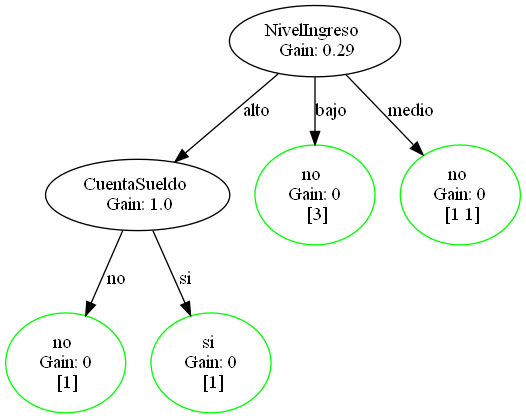
This is test_output/gain.png from AlejandroFNadal/ia_decision_trees, a Graphviz export, as it was before one commit. Its source is kept beside it as test_output/gain.dot.
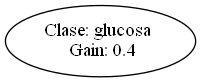
Above is the later version.

Diff of the diagram source:
```diff
@@ -1,23 +1,4 @@
 digraph {
-	0 [label="NivelIngreso
- Gain: 0.29"]
-	1 [label="CuentaSueldo
- Gain: 1.0"]
-	0 -> 1 [label=alto splines=line]
-	2 [label="no
- Gain: 0
- [1]" color=green]
-	1 -> 2 [label=no splines=line]
-	3 [label="si
- Gain: 0
- [1]" color=green]
-	1 -> 3 [label=si splines=line]
-	4 [label="no
- Gain: 0
- [3]" color=green]
-	0 -> 4 [label=bajo splines=line]
-	5 [label="no
- Gain: 0
- [1 1]" color=green]
-	0 -> 5 [label=medio splines=line]
+	0 [label="Clase: glucosa
+ Gain: 0.4"]
 }
```
